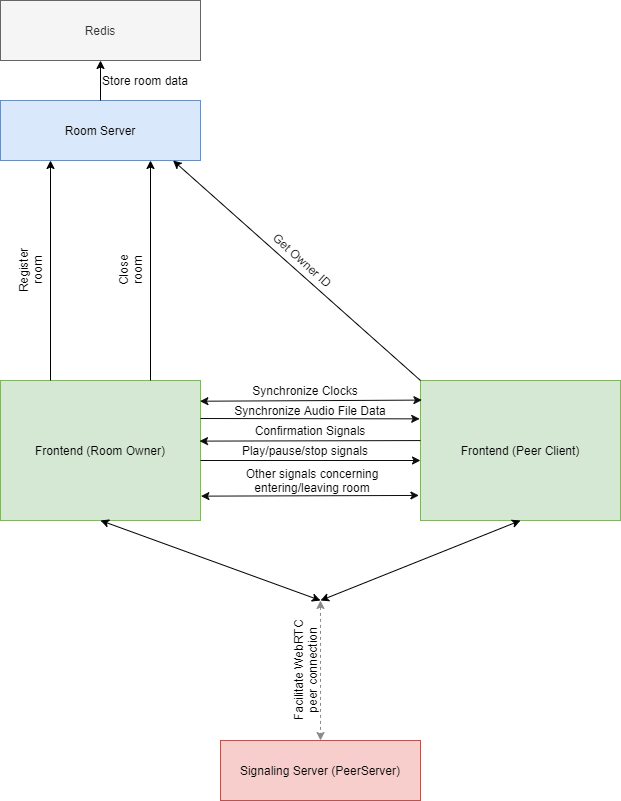
Earlier version of the draw.io export docs/assets/SyncTune-structure.png (syncbit/docs). Source tidied: cells renumbered, new cells last; positions are measured from the earlier drawing's top-left corner, leaving out a move shared by most shapes.
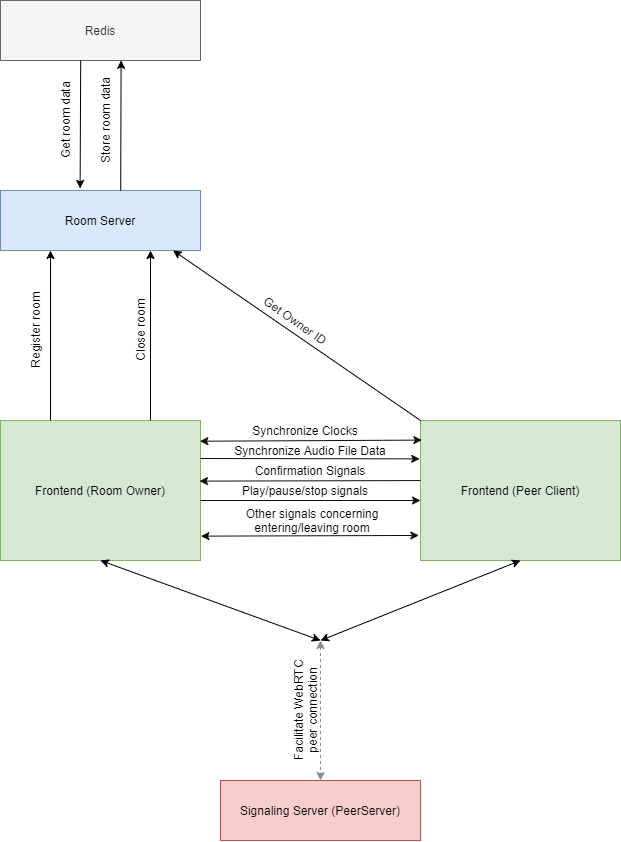
Above is the later version.

Diff of the diagram source:
```diff
@@ -3,7 +3,7 @@
     <mxCell id="0" />
     <mxCell id="1" parent="0" />
     <mxCell id="2" value="Room Server" style="rounded=0;whiteSpace=wrap;html=1;fillColor=#dae8fc;strokeColor=#6c8ebf;" parent="1" vertex="1">
-      <mxGeometry y="100" width="200" height="60" as="geometry" />
+      <mxGeometry y="150" width="200" height="60" as="geometry" />
     </mxCell>
     <mxCell id="3" value="Signaling Server (PeerServer)" style="rounded=0;whiteSpace=wrap;html=1;fillColor=#f8cecc;strokeColor=#b85450;" parent="1" vertex="1">
       <mxGeometry x="220" y="740" width="200" height="60" as="geometry" />
@@ -12,9 +12,9 @@
       <mxGeometry y="380" width="200" height="140" as="geometry" />
     </mxCell>
     <mxCell id="5" value="Redis" style="rounded=0;whiteSpace=wrap;html=1;fillColor=#f5f5f5;strokeColor=#666666;fontColor=#333333;" parent="1" vertex="1">
-      <mxGeometry width="200" height="60" as="geometry" />
+      <mxGeometry y="-40" width="200" height="60" as="geometry" />
     </mxCell>
-    <mxCell id="6" style="endArrow=classic;html=1;" parent="1" edge="1" source="2" target="5">
+    <mxCell id="6" style="endArrow=classic;html=1;exitX=0.601;exitY=-0.002;exitDx=0;exitDy=0;exitPerimeter=0;entryX=0.603;entryY=0.998;entryDx=0;entryDy=0;entryPerimeter=0;" parent="1" edge="1" source="2" target="5">
       <mxGeometry relative="1" as="geometry" />
     </mxCell>
     <mxCell id="7" value="Frontend (Peer Client)" style="rounded=0;whiteSpace=wrap;html=1;fillColor=#d5e8d4;strokeColor=#82b366;" parent="1" vertex="1">
@@ -24,13 +24,13 @@
       <mxGeometry relative="1" as="geometry" />
     </mxCell>
     <mxCell id="9" value="Register room" style="text;html=1;strokeColor=none;fillColor=none;align=center;verticalAlign=middle;whiteSpace=wrap;rounded=0;rotation=-90;" parent="1" vertex="1">
-      <mxGeometry x="10" y="260" width="40" height="20" as="geometry" />
+      <mxGeometry x="-10" y="280" width="90" height="20" as="geometry" />
     </mxCell>
     <mxCell id="10" style="endArrow=classic;html=1;exitX=0.75;exitY=0;exitDx=0;exitDy=0;entryX=0.75;entryY=1;entryDx=0;entryDy=0;" parent="1" edge="1" source="4" target="2">
       <mxGeometry relative="1" as="geometry" />
     </mxCell>
     <mxCell id="11" value="Close room" style="text;html=1;strokeColor=none;fillColor=none;align=center;verticalAlign=middle;whiteSpace=wrap;rounded=0;rotation=-90;" parent="1" vertex="1">
-      <mxGeometry x="110" y="260" width="40" height="20" as="geometry" />
+      <mxGeometry x="100" y="280" width="80" height="20" as="geometry" />
     </mxCell>
     <mxCell id="12" style="endArrow=classic;startArrow=classic;html=1;exitX=0.5;exitY=1;exitDx=0;exitDy=0;" parent="1" edge="1" source="4">
       <mxGeometry relative="1" as="geometry">
@@ -53,11 +53,11 @@
     <mxCell id="16" style="endArrow=classic;html=1;exitX=0;exitY=0;exitDx=0;exitDy=0;entryX=0.863;entryY=1;entryDx=0;entryDy=0;entryPerimeter=0;" parent="1" edge="1" source="7" target="2">
       <mxGeometry relative="1" as="geometry" />
     </mxCell>
-    <mxCell id="17" value="Get Owner ID" style="text;html=1;strokeColor=none;fillColor=none;align=center;verticalAlign=middle;whiteSpace=wrap;rounded=0;rotation=42;" parent="1" vertex="1">
-      <mxGeometry x="240.3" y="250" width="125" height="20" as="geometry" />
+    <mxCell id="17" value="Get Owner ID" style="text;html=1;strokeColor=none;fillColor=none;align=center;verticalAlign=middle;whiteSpace=wrap;rounded=0;rotation=35;" parent="1" vertex="1">
+      <mxGeometry x="232.6" y="270" width="125" height="20" as="geometry" />
     </mxCell>
-    <mxCell id="18" value="Store room data" style="text;html=1;strokeColor=none;fillColor=none;align=center;verticalAlign=middle;whiteSpace=wrap;rounded=0;rotation=0;" parent="1" vertex="1">
-      <mxGeometry x="100" y="70" width="90" height="20" as="geometry" />
+    <mxCell id="18" value="Store room data" style="text;html=1;strokeColor=none;fillColor=none;align=center;verticalAlign=middle;whiteSpace=wrap;rounded=0;rotation=-90;" parent="1" vertex="1">
+      <mxGeometry x="60" y="70" width="90" height="20" as="geometry" />
     </mxCell>
     <mxCell id="19" style="endArrow=classic;startArrow=classic;html=1;strokeColor=#0D0D0D;rounded=1;entryX=0.007;entryY=0.14;entryDx=0;entryDy=0;entryPerimeter=0;exitX=0.997;exitY=0.148;exitDx=0;exitDy=0;exitPerimeter=0;" parent="1" edge="1" source="4" target="7">
       <mxGeometry relative="1" as="geometry" />
@@ -94,5 +94,11 @@
     <mxCell id="28" value="Confirmation Signals" style="text;html=1;strokeColor=none;fillColor=none;align=center;verticalAlign=middle;whiteSpace=wrap;rounded=0;" parent="1" vertex="1">
       <mxGeometry x="220.3" y="420" width="180" height="20" as="geometry" />
     </mxCell>
+    <mxCell id="29" style="endArrow=classic;html=1;exitX=0.401;exitY=0.998;exitDx=0;exitDy=0;entryX=0.398;entryY=-0.034;entryDx=0;entryDy=0;entryPerimeter=0;exitPerimeter=0;" parent="1" edge="1" source="5" target="2">
+      <mxGeometry relative="1" as="geometry" />
+    </mxCell>
+    <mxCell id="30" value="Get room data" style="text;html=1;strokeColor=none;fillColor=none;align=center;verticalAlign=middle;whiteSpace=wrap;rounded=0;rotation=-90;" parent="1" vertex="1">
+      <mxGeometry x="20" y="70" width="90" height="20" as="geometry" />
+    </mxCell>
   </root>
 </mxGraphModel>
```
